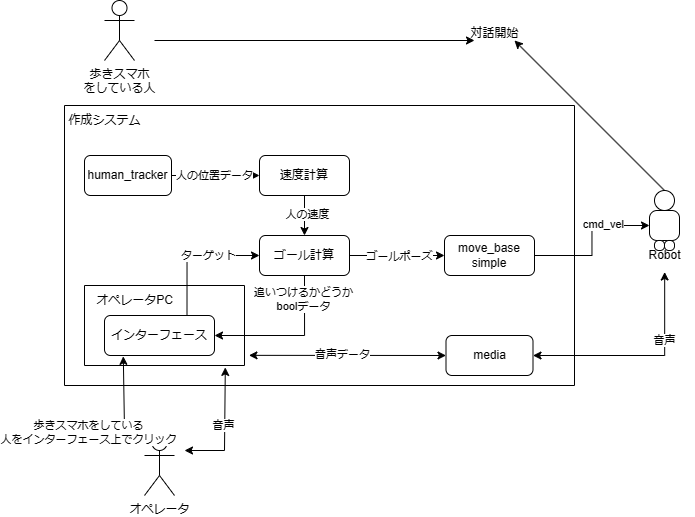
Earlier version of the draw.io export Paper/img/system_compose.drawio.png (Amano-take/robot_B4). Source tidied: cells renumbered, new cells last; positions are measured from the earlier drawing's top-left corner, leaving out a move shared by most shapes.
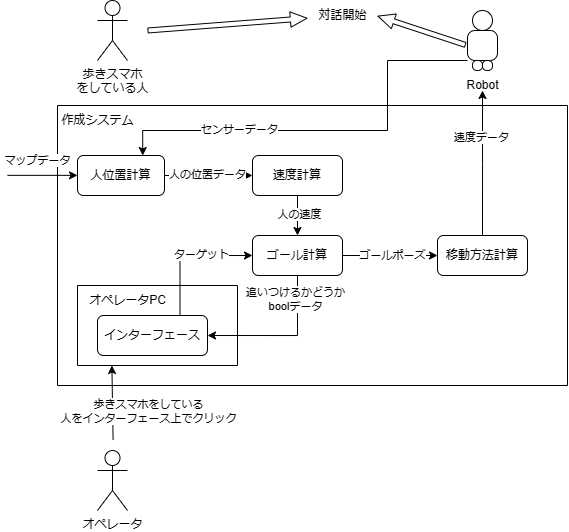
Later version of the same file.

Diff of the diagram source:
```diff
@@ -3,7 +3,7 @@
     <mxCell id="0" />
     <mxCell id="1" parent="0" />
     <mxCell id="2" value="オペレータ" style="shape=umlActor;verticalLabelPosition=bottom;verticalAlign=top;html=1;" parent="1" vertex="1">
-      <mxGeometry x="90" y="435" width="30" height="60" as="geometry" />
+      <mxGeometry x="50" y="450" width="30" height="60" as="geometry" />
     </mxCell>
     <mxCell id="3" style="swimlane;startSize=0;" parent="1" vertex="1">
       <mxGeometry x="10" y="105" width="510" height="280" as="geometry" />
@@ -14,7 +14,7 @@
     <mxCell id="5" value="人の位置データ" style="edgeLabel;html=1;align=center;verticalAlign=middle;" parent="4" vertex="1">
       <mxGeometry x="-0.03" y="1" relative="1" as="geometry" />
     </mxCell>
-    <mxCell id="6" value="human_tracker" style="rounded=1;whiteSpace=wrap;html=1;" parent="3" vertex="1">
+    <mxCell id="6" value="人位置計算" style="rounded=1;whiteSpace=wrap;html=1;" parent="3" vertex="1">
       <mxGeometry x="20" y="50" width="87" height="40" as="geometry" />
     </mxCell>
     <mxCell id="7" value="作成システム" style="text;html=1;align=center;verticalAlign=middle;strokeColor=none;fillColor=none;" parent="3" vertex="1">
@@ -47,12 +47,9 @@
     <mxCell id="16" style="edgeStyle=orthogonalEdgeStyle;rounded=0;orthogonalLoop=1;jettySize=auto;html=1;exitX=0.5;exitY=1;exitDx=0;exitDy=0;" parent="3" edge="1" source="15" target="15">
       <mxGeometry relative="1" as="geometry" />
     </mxCell>
-    <mxCell id="17" value="move_base&lt;br&gt;simple" style="rounded=1;whiteSpace=wrap;html=1;" parent="3" vertex="1">
+    <mxCell id="17" value="移動方法計算" style="rounded=1;whiteSpace=wrap;html=1;" parent="3" vertex="1">
       <mxGeometry x="380" y="130" width="90" height="40" as="geometry" />
     </mxCell>
-    <mxCell id="18" value="media" style="rounded=1;whiteSpace=wrap;html=1;" parent="3" vertex="1">
-      <mxGeometry x="381.5" y="230" width="87" height="40" as="geometry" />
-    </mxCell>
     <mxCell id="19" style="swimlane;startSize=0;" parent="3" vertex="1">
       <mxGeometry x="20" y="180" width="160" height="80" as="geometry" />
     </mxCell>
@@ -62,12 +59,6 @@
     <mxCell id="21" value="オペレータPC" style="text;html=1;align=center;verticalAlign=middle;strokeColor=none;fillColor=none;" parent="19" vertex="1">
       <mxGeometry width="100" height="30" as="geometry" />
     </mxCell>
-    <mxCell id="22" style="endArrow=classic;startArrow=classic;html=1;rounded=0;exitX=1.028;exitY=0.873;exitDx=0;exitDy=0;exitPerimeter=0;entryX=0;entryY=0.5;entryDx=0;entryDy=0;" parent="3" edge="1" source="19" target="18">
-      <mxGeometry relative="1" as="geometry" />
-    </mxCell>
-    <mxCell id="23" value="音声データ" style="edgeLabel;html=1;align=center;verticalAlign=middle;" parent="22" vertex="1">
-      <mxGeometry x="-0.06" y="2" relative="1" as="geometry" />
-    </mxCell>
     <mxCell id="24" style="endArrow=classic;html=1;rounded=0;exitX=0.75;exitY=0;exitDx=0;exitDy=0;entryX=0;entryY=0.5;entryDx=0;entryDy=0;edgeStyle=orthogonalEdgeStyle;" parent="3" edge="1" source="20" target="15">
       <mxGeometry relative="1" as="geometry" />
     </mxCell>
@@ -77,47 +68,25 @@
     <mxCell id="26" value="歩きスマホ&lt;br&gt;をしている人" style="shape=umlActor;verticalLabelPosition=bottom;verticalAlign=top;html=1;" parent="1" vertex="1">
       <mxGeometry x="50" width="30" height="60" as="geometry" />
     </mxCell>
-    <mxCell id="27" style="endArrow=classic;html=1;rounded=0;" parent="1" edge="1">
-      <mxGeometry relative="1" as="geometry">
-        <mxPoint x="100" y="40" as="sourcePoint" />
-        <mxPoint x="420" y="40" as="targetPoint" />
-      </mxGeometry>
-    </mxCell>
     <mxCell id="28" value="Robot" style="text;html=1;align=center;verticalAlign=middle;points=[];strokeColor=none;fillColor=none;" parent="1" vertex="1">
-      <mxGeometry x="580" y="240" width="60" height="30" as="geometry" />
+      <mxGeometry x="405" y="70" width="60" height="30" as="geometry" />
     </mxCell>
-    <mxCell id="29" style="endArrow=classic;html=1;rounded=0;entryX=0.171;entryY=1.021;entryDx=0;entryDy=0;entryPerimeter=0;" parent="1" edge="1" target="20">
+    <mxCell id="29" style="endArrow=classic;html=1;rounded=0;entryX=0.171;entryY=1.021;entryDx=0;entryDy=0;entryPerimeter=0;" parent="1" edge="1">
       <mxGeometry relative="1" as="geometry">
-        <mxPoint x="100" y="430" as="sourcePoint" />
+        <mxPoint x="65.6" y="439.2" as="sourcePoint" />
+        <mxPoint x="64.4" y="365" as="targetPoint" />
         <Array as="points">
-          <mxPoint x="70" y="430" />
+          <mxPoint x="65.6" y="439.2" />
         </Array>
       </mxGeometry>
     </mxCell>
     <mxCell id="30" value="歩きスマホをしている&lt;br&gt;人をインターフェース上でクリック" style="edgeLabel;html=1;align=center;verticalAlign=middle;" parent="29" vertex="1">
       <mxGeometry x="-0.51" y="1" relative="1" as="geometry">
-        <mxPoint x="-41" as="offset" />
+        <mxPoint x="36" y="-11" as="offset" />
       </mxGeometry>
     </mxCell>
-    <mxCell id="31" style="endArrow=classic;startArrow=classic;html=1;rounded=0;entryX=0.88;entryY=1.024;entryDx=0;entryDy=0;entryPerimeter=0;" parent="1" edge="1" target="19">
-      <mxGeometry relative="1" as="geometry">
-        <mxPoint x="130" y="450" as="sourcePoint" />
-        <Array as="points">
-          <mxPoint x="170" y="450" />
-        </Array>
-      </mxGeometry>
-    </mxCell>
-    <mxCell id="32" value="音声" style="edgeLabel;html=1;align=center;verticalAlign=middle;" parent="31" vertex="1">
-      <mxGeometry x="0.08" y="2" relative="1" as="geometry" />
-    </mxCell>
-    <mxCell id="33" style="endArrow=classic;startArrow=classic;html=1;rounded=0;exitX=1;exitY=0.5;exitDx=0;exitDy=0;entryX=0.503;entryY=1.05;entryDx=0;entryDy=0;entryPerimeter=0;edgeStyle=orthogonalEdgeStyle;" parent="1" edge="1" source="18" target="28">
-      <mxGeometry relative="1" as="geometry" />
-    </mxCell>
-    <mxCell id="34" value="音声" style="edgeLabel;html=1;align=center;verticalAlign=middle;" parent="33" vertex="1">
-      <mxGeometry x="0.36" y="1" relative="1" as="geometry" />
-    </mxCell>
     <mxCell id="35" style="group;" parent="1" vertex="1">
-      <mxGeometry x="595" y="190" width="30" height="60" as="geometry" />
+      <mxGeometry x="420" y="10" width="30" height="60" as="geometry" />
     </mxCell>
     <mxCell id="36" style="ellipse;whiteSpace=wrap;html=1;" parent="35" vertex="1">
       <mxGeometry x="5" width="20" height="20" as="geometry" />
@@ -131,20 +100,50 @@
     <mxCell id="39" style="rounded=1;whiteSpace=wrap;html=1;arcSize=43;" parent="35" vertex="1">
       <mxGeometry x="15" y="50" width="10" height="10" as="geometry" />
     </mxCell>
-    <mxCell id="40" style="edgeStyle=orthogonalEdgeStyle;rounded=0;jettySize=auto;html=1;exitX=1;exitY=0.5;exitDx=0;exitDy=0;entryX=0;entryY=0.5;entryDx=0;entryDy=0;" parent="1" edge="1" source="17" target="37">
-      <mxGeometry relative="1" as="geometry" />
+    <mxCell id="40" style="edgeStyle=orthogonalEdgeStyle;rounded=0;jettySize=auto;html=1;exitX=0.5;exitY=0;exitDx=0;exitDy=0;" parent="1" edge="1" source="17">
+      <mxGeometry relative="1" as="geometry">
+        <mxPoint x="435" y="90" as="targetPoint" />
+      </mxGeometry>
     </mxCell>
-    <mxCell id="41" value="cmd_vel" style="edgeLabel;html=1;align=center;verticalAlign=middle;" parent="40" vertex="1">
+    <mxCell id="41" value="速度データ" style="edgeLabel;html=1;align=center;verticalAlign=middle;" parent="40" vertex="1">
       <mxGeometry x="0.35" y="2" relative="1" as="geometry" />
     </mxCell>
-    <mxCell id="42" style="endArrow=classic;html=1;rounded=0;" parent="1" edge="1">
+    <mxCell id="42" style="endArrow=classic;html=1;rounded=0;entryX=1.025;entryY=0.697;entryDx=0;entryDy=0;entryPerimeter=0;shape=flexArrow;width=5;endSize=5.222222222222222;endWidth=9.444444444444445;" parent="1" edge="1">
       <mxGeometry relative="1" as="geometry">
-        <mxPoint x="610" y="190" as="sourcePoint" />
-        <mxPoint x="460" y="40" as="targetPoint" />
+        <mxPoint x="418.2" y="44.6" as="sourcePoint" />
+        <mxPoint x="330" y="15.5" as="targetPoint" />
       </mxGeometry>
     </mxCell>
     <mxCell id="43" value="対話開始" style="text;html=1;align=center;verticalAlign=middle;points=[];strokeColor=none;fillColor=none;" parent="1" vertex="1">
-      <mxGeometry x="405" y="18" width="70" height="30" as="geometry" />
+      <mxGeometry x="260" width="70" height="30" as="geometry" />
     </mxCell>
+    <mxCell id="44" style="edgeStyle=orthogonalEdgeStyle;rounded=0;jettySize=auto;html=1;entryX=0.75;entryY=0;entryDx=0;entryDy=0;exitX=0;exitY=1;exitDx=0;exitDy=0;" parent="1" edge="1" source="37" target="6">
+      <mxGeometry relative="1" as="geometry">
+        <Array as="points">
+          <mxPoint x="340" y="60" />
+          <mxPoint x="340" y="130" />
+          <mxPoint x="95" y="130" />
+        </Array>
+      </mxGeometry>
+    </mxCell>
+    <mxCell id="45" value="センサーデータ" style="edgeLabel;html=1;align=center;verticalAlign=middle;" parent="44" vertex="1">
+      <mxGeometry x="0.42" y="-1" relative="1" as="geometry" />
+    </mxCell>
+    <mxCell id="46" style="endArrow=classic;html=1;rounded=0;entryX=0;entryY=0.5;entryDx=0;entryDy=0;" parent="1" edge="1">
+      <mxGeometry relative="1" as="geometry">
+        <mxPoint x="-40" y="174.9" as="sourcePoint" />
+        <mxPoint x="30" y="174.9" as="targetPoint" />
+      </mxGeometry>
+    </mxCell>
+    <mxCell id="47" value="マップデータ" style="edgeLabel;html=1;align=center;verticalAlign=middle;" parent="46" vertex="1">
+      <mxGeometry x="-0.14" relative="1" as="geometry">
+        <mxPoint y="-15" as="offset" />
+      </mxGeometry>
+    </mxCell>
+    <mxCell id="48" style="endArrow=classic;html=1;rounded=0;shape=flexArrow;width=5;endSize=5.222222222222222;endWidth=9.444444444444445;" parent="1" edge="1" target="43">
+      <mxGeometry relative="1" as="geometry">
+        <mxPoint x="100" y="30" as="sourcePoint" />
+      </mxGeometry>
+    </mxCell>
   </root>
 </mxGraphModel>
```
